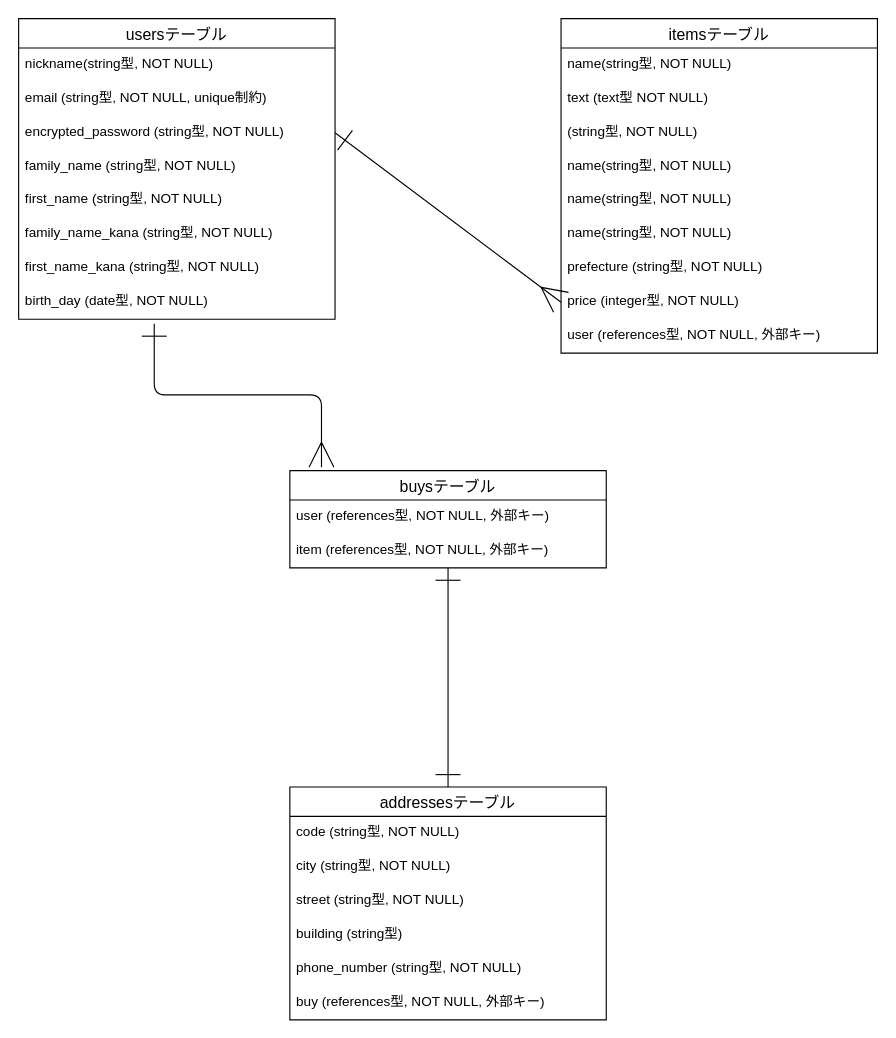
This is furima.dio from amamyyyyy/furima-40448, a draw.io file, before an edit. Source tidied: cells renumbered, new cells numbered last; positions are measured from the earlier drawing's top-left corner, leaving out a move shared by most shapes. Both pictures are drawn from the tidied source at 113%, with x=0, y=0 at pixel (18, 18).
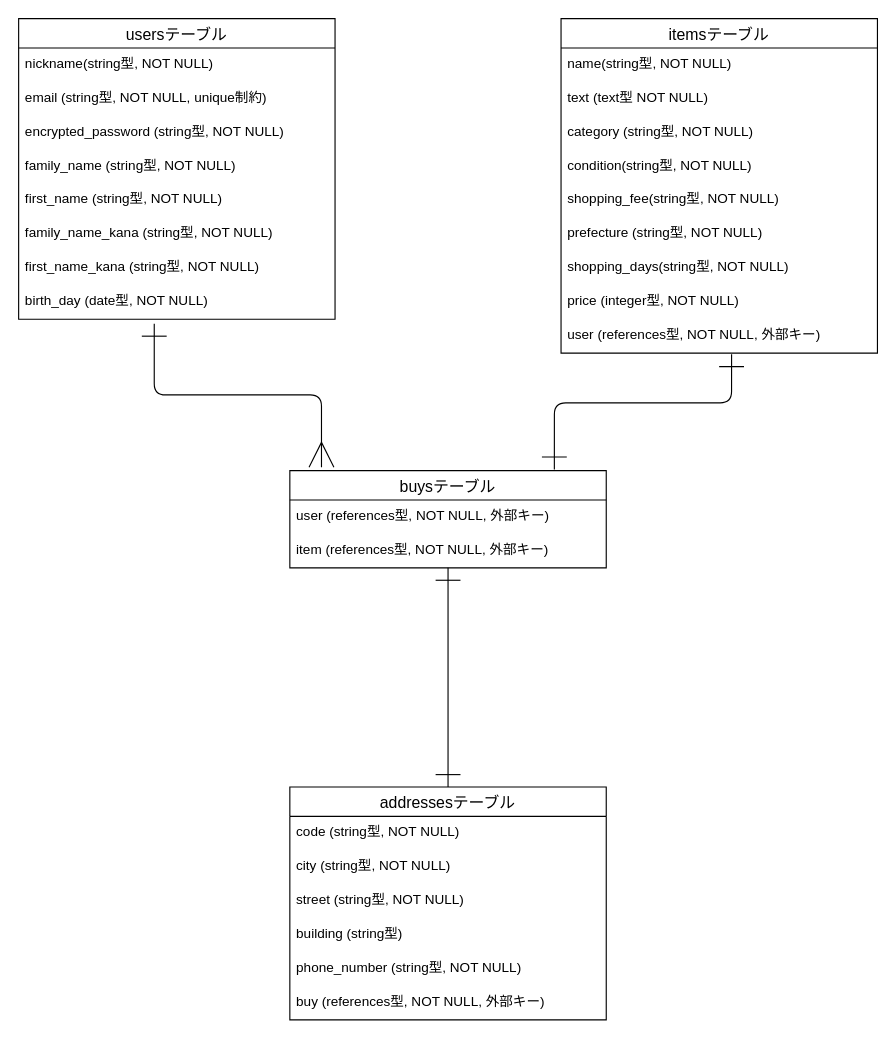
Above is the later version.

The change refers to these unchanged cells:
```xml
<mxCell id="5" value="encrypted_password (string型, NOT NULL)" style="text;strokeColor=none;fillColor=none;spacingLeft=4;spacingRight=4;overflow=hidden;points=[[0,0.5],[1,0.5]];portConstraint=eastwest;fontSize=12;" parent="2" vertex="1">
  <mxGeometry y="86" width="280" height="30" as="geometry" />
</mxCell>
<mxCell id="18" value="buysテーブル" style="swimlane;fontStyle=0;horizontal=1;startSize=26;align=center;fontSize=14;" parent="1" vertex="1">
  <mxGeometry x="240" y="400" width="280" height="86" as="geometry" />
</mxCell>
<mxCell id="21" value="itemsテーブル" style="swimlane;fontStyle=0;horizontal=1;startSize=26;align=center;fontSize=14;" parent="1" vertex="1">
  <mxGeometry x="480" width="280" height="296" as="geometry" />
</mxCell>
<mxCell id="29" value="price (integer型, NOT NULL)" style="text;strokeColor=none;fillColor=none;spacingLeft=4;spacingRight=4;overflow=hidden;points=[[0,0.5],[1,0.5]];portConstraint=eastwest;fontSize=12;" parent="21" vertex="1">
  <mxGeometry y="236" width="280" height="30" as="geometry" />
</mxCell>
<mxCell id="30" value="user (references型, NOT NULL, 外部キー)" style="text;strokeColor=none;fillColor=none;spacingLeft=4;spacingRight=4;overflow=hidden;points=[[0,0.5],[1,0.5]];portConstraint=eastwest;fontSize=12;" parent="21" vertex="1">
  <mxGeometry y="266" width="280" height="30" as="geometry" />
</mxCell>
```

Diff of the diagram source:
```diff
@@
-    <mxCell id="24" value="(string型, NOT NULL)" style="text;strokeColor=none;fillColor=none;spacingLeft=4;spacingRight=4;overflow=hidden;fontSize=12;" parent="21" vertex="1">
+    <mxCell id="24" value="category (string型, NOT NULL)" style="text;strokeColor=none;fillColor=none;spacingLeft=4;spacingRight=4;overflow=hidden;fontSize=12;" parent="21" vertex="1">
       <mxGeometry y="86" width="280" height="30" as="geometry" />
     </mxCell>
-    <mxCell id="25" value="name(string型, NOT NULL)" style="text;strokeColor=none;fillColor=none;spacingLeft=4;spacingRight=4;overflow=hidden;fontSize=12;" parent="21" vertex="1">
+    <mxCell id="25" value="condition(string型, NOT NULL)" style="text;strokeColor=none;fillColor=none;spacingLeft=4;spacingRight=4;overflow=hidden;fontSize=12;" parent="21" vertex="1">
       <mxGeometry y="116" width="280" height="30" as="geometry" />
     </mxCell>
-    <mxCell id="26" value="name(string型, NOT NULL)" style="text;strokeColor=none;fillColor=none;spacingLeft=4;spacingRight=4;overflow=hidden;fontSize=12;" parent="21" vertex="1">
+    <mxCell id="26" value="shopping_fee(string型, NOT NULL)" style="text;strokeColor=none;fillColor=none;spacingLeft=4;spacingRight=4;overflow=hidden;fontSize=12;" parent="21" vertex="1">
       <mxGeometry y="146" width="280" height="30" as="geometry" />
     </mxCell>
+    <mxCell id="28" value="prefecture (string型, NOT NULL)" style="text;strokeColor=none;fillColor=none;spacingLeft=4;spacingRight=4;overflow=hidden;fontSize=12;" parent="21" vertex="1">
+      <mxGeometry y="176" width="280" height="30" as="geometry" />
+    </mxCell>
-    <mxCell id="27" value="name(string型, NOT NULL)" style="text;strokeColor=none;fillColor=none;spacingLeft=4;spacingRight=4;overflow=hidden;fontSize=12;" parent="21" vertex="1">
-      <mxGeometry y="176" width="280" height="30" as="geometry" />
+    <mxCell id="27" value="shopping_days(string型, NOT NULL)" style="text;strokeColor=none;fillColor=none;spacingLeft=4;spacingRight=4;overflow=hidden;fontSize=12;" parent="21" vertex="1">
+      <mxGeometry y="206" width="280" height="30" as="geometry" />
     </mxCell>
-    <mxCell id="28" value="prefecture (string型, NOT NULL)" style="text;strokeColor=none;fillColor=none;spacingLeft=4;spacingRight=4;overflow=hidden;fontSize=12;" parent="21" vertex="1">
-      <mxGeometry y="206" width="280" height="30" as="geometry" />
-    </mxCell>
@@
-    <mxCell id="31" style="edgeStyle=none;html=1;exitX=1;exitY=0.5;exitDx=0;exitDy=0;entryX=0;entryY=0.5;entryDx=0;entryDy=0;endArrow=ERmany;endFill=0;startSize=20;endSize=20;sourcePerimeterSpacing=0;startArrow=ERone;startFill=0;" parent="1" edge="1" source="5" target="29">
-      <mxGeometry relative="1" as="geometry" />
-    </mxCell>
@@
+    <mxCell id="34" style="edgeStyle=orthogonalEdgeStyle;html=1;exitX=0.539;exitY=1.033;exitDx=0;exitDy=0;entryX=0.836;entryY=-0.012;entryDx=0;entryDy=0;entryPerimeter=0;startArrow=ERone;startFill=0;endArrow=ERone;endFill=0;startSize=20;endSize=20;exitPerimeter=0;" parent="1" edge="1" source="30" target="18">
+      <mxGeometry relative="1" as="geometry">
+        <Array as="points">
+          <mxPoint x="631" y="340" />
+          <mxPoint x="474" y="340" />
+        </Array>
+      </mxGeometry>
+    </mxCell>
```
